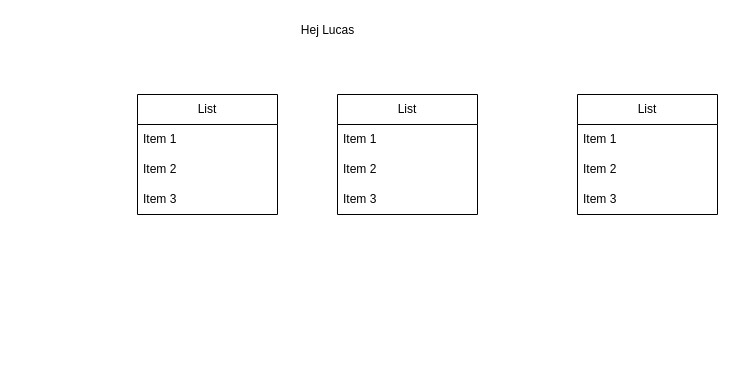
Earlier version of the draw.io diagram HandleLetDomain.drawio (JaisAndersen/HandleLet). Source tidied: cells renumbered, new cells numbered last; positions are measured from the earlier drawing's top-left corner, leaving out a move shared by most shapes. Both pictures are drawn from the tidied source at 100%, with x=0, y=0 at pixel (137, 17).
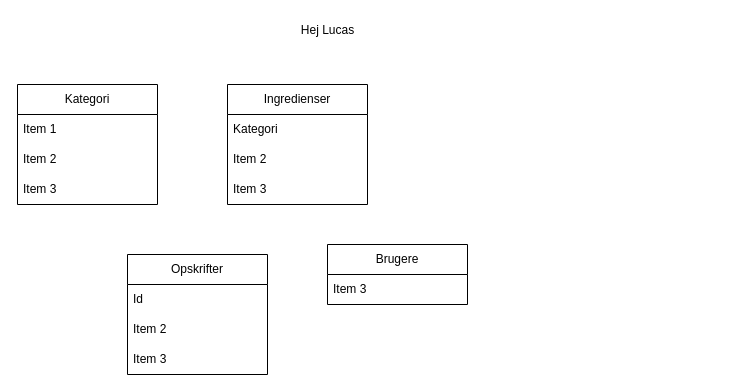
The same page after the edit.

Change to the diagram source:
```diff
@@
 <mxGraphModel>
   <root>
     <mxCell id="0" />
     <mxCell id="1" parent="0" />
-    <mxCell id="2" value="List" style="swimlane;fontStyle=0;horizontal=1;startSize=30;whiteSpace=wrap;html=1;" parent="1" vertex="1">
-      <mxGeometry x="200" y="77" width="140" height="120" as="geometry" />
+    <mxCell id="2" value="Ingredienser" style="swimlane;fontStyle=0;horizontal=1;startSize=30;whiteSpace=wrap;html=1;" parent="1" vertex="1">
+      <mxGeometry x="90" y="67" width="140" height="120" as="geometry" />
     </mxCell>
-    <mxCell id="3" value="Item 1" style="text;strokeColor=none;fillColor=none;align=left;verticalAlign=middle;spacingLeft=4;spacingRight=4;overflow=hidden;whiteSpace=wrap;html=1;" parent="2" vertex="1">
+    <mxCell id="3" value="Kategori" style="text;strokeColor=none;fillColor=none;align=left;verticalAlign=middle;spacingLeft=4;spacingRight=4;overflow=hidden;whiteSpace=wrap;html=1;" parent="2" vertex="1">
       <mxGeometry y="30" width="140" height="30" as="geometry" />
     </mxCell>
     <mxCell id="4" value="Item 2" style="text;strokeColor=none;fillColor=none;align=left;verticalAlign=middle;spacingLeft=4;spacingRight=4;overflow=hidden;whiteSpace=wrap;html=1;" parent="2" vertex="1">
       <mxGeometry y="60" width="140" height="30" as="geometry" />
     </mxCell>
     <mxCell id="5" value="Item 3" style="text;strokeColor=none;fillColor=none;align=left;verticalAlign=middle;spacingLeft=4;spacingRight=4;overflow=hidden;whiteSpace=wrap;html=1;" parent="2" vertex="1">
       <mxGeometry y="90" width="140" height="30" as="geometry" />
     </mxCell>
-    <mxCell id="6" value="List" style="swimlane;fontStyle=0;horizontal=1;startSize=30;whiteSpace=wrap;html=1;" parent="1" vertex="1">
-      <mxGeometry y="77" width="140" height="120" as="geometry" />
+    <mxCell id="6" value="Opskrifter" style="swimlane;fontStyle=0;horizontal=1;startSize=30;whiteSpace=wrap;html=1;" parent="1" vertex="1">
+      <mxGeometry x="-10" y="237" width="140" height="120" as="geometry" />
     </mxCell>
-    <mxCell id="7" value="Item 1" style="text;strokeColor=none;fillColor=none;align=left;verticalAlign=middle;spacingLeft=4;spacingRight=4;overflow=hidden;whiteSpace=wrap;html=1;" parent="6" vertex="1">
+    <mxCell id="7" value="Id" style="text;strokeColor=none;fillColor=none;align=left;verticalAlign=middle;spacingLeft=4;spacingRight=4;overflow=hidden;whiteSpace=wrap;html=1;" parent="6" vertex="1">
       <mxGeometry y="30" width="140" height="30" as="geometry" />
     </mxCell>
     <mxCell id="8" value="Item 2" style="text;strokeColor=none;fillColor=none;align=left;verticalAlign=middle;spacingLeft=4;spacingRight=4;overflow=hidden;whiteSpace=wrap;html=1;" parent="6" vertex="1">
       <mxGeometry y="60" width="140" height="30" as="geometry" />
     </mxCell>
     <mxCell id="9" value="Item 3" style="text;strokeColor=none;fillColor=none;align=left;verticalAlign=middle;spacingLeft=4;spacingRight=4;overflow=hidden;whiteSpace=wrap;html=1;" parent="6" vertex="1">
       <mxGeometry y="90" width="140" height="30" as="geometry" />
     </mxCell>
-    <mxCell id="10" value="List" style="swimlane;fontStyle=0;horizontal=1;startSize=30;whiteSpace=wrap;html=1;" parent="1" vertex="1">
-      <mxGeometry x="440" y="77" width="140" height="120" as="geometry" />
+    <mxCell id="10" value="Brugere" style="swimlane;fontStyle=0;horizontal=1;startSize=30;whiteSpace=wrap;html=1;" parent="1" vertex="1">
+      <mxGeometry x="190" y="227" width="140" height="60" as="geometry" />
     </mxCell>
+    <mxCell id="13" value="Item 3" style="text;strokeColor=none;fillColor=none;align=left;verticalAlign=middle;spacingLeft=4;spacingRight=4;overflow=hidden;whiteSpace=wrap;html=1;" parent="10" vertex="1">
+      <mxGeometry y="30" width="140" height="30" as="geometry" />
+    </mxCell>
+    <mxCell id="14" value="Hej Lucas&lt;div&gt;&lt;br&gt;&lt;/div&gt;" style="text;html=1;align=center;verticalAlign=middle;strokeColor=none;fillColor=none;" parent="1" vertex="1">
+      <mxGeometry x="150" width="80" height="40" as="geometry" />
+    </mxCell>
+    <mxCell id="15" value="Kategori" style="swimlane;fontStyle=0;horizontal=1;startSize=30;whiteSpace=wrap;html=1;" parent="1" vertex="1">
+      <mxGeometry x="-120" y="67" width="140" height="120" as="geometry" />
+    </mxCell>
-    <mxCell id="11" value="Item 1" style="text;strokeColor=none;fillColor=none;align=left;verticalAlign=middle;spacingLeft=4;spacingRight=4;overflow=hidden;whiteSpace=wrap;html=1;" parent="10" vertex="1">
+    <mxCell id="11" value="Item 1" style="text;strokeColor=none;fillColor=none;align=left;verticalAlign=middle;spacingLeft=4;spacingRight=4;overflow=hidden;whiteSpace=wrap;html=1;" parent="15" vertex="1">
       <mxGeometry y="30" width="140" height="30" as="geometry" />
     </mxCell>
-    <mxCell id="12" value="Item 2" style="text;strokeColor=none;fillColor=none;align=left;verticalAlign=middle;spacingLeft=4;spacingRight=4;overflow=hidden;whiteSpace=wrap;html=1;" parent="10" vertex="1">
+    <mxCell id="12" value="Item 2" style="text;strokeColor=none;fillColor=none;align=left;verticalAlign=middle;spacingLeft=4;spacingRight=4;overflow=hidden;whiteSpace=wrap;html=1;" parent="15" vertex="1">
       <mxGeometry y="60" width="140" height="30" as="geometry" />
     </mxCell>
-    <mxCell id="13" value="Item 3" style="text;strokeColor=none;fillColor=none;align=left;verticalAlign=middle;spacingLeft=4;spacingRight=4;overflow=hidden;whiteSpace=wrap;html=1;" parent="10" vertex="1">
-      <mxGeometry y="90" width="140" height="30" as="geometry" />
-    </mxCell>
-    <mxCell id="14" value="Hej Lucas&lt;div&gt;&lt;br&gt;&lt;/div&gt;" style="text;html=1;align=center;verticalAlign=middle;strokeColor=none;fillColor=none;" parent="1" vertex="1">
-      <mxGeometry x="150" width="80" height="40" as="geometry" />
-    </mxCell>
+    <mxCell id="16" value="Item 3" style="text;strokeColor=none;fillColor=none;align=left;verticalAlign=middle;spacingLeft=4;spacingRight=4;overflow=hidden;whiteSpace=wrap;html=1;" parent="15" vertex="1">
+      <mxGeometry y="90" width="140" height="30" as="geometry" />
+    </mxCell>
   </root>
 </mxGraphModel>
```
